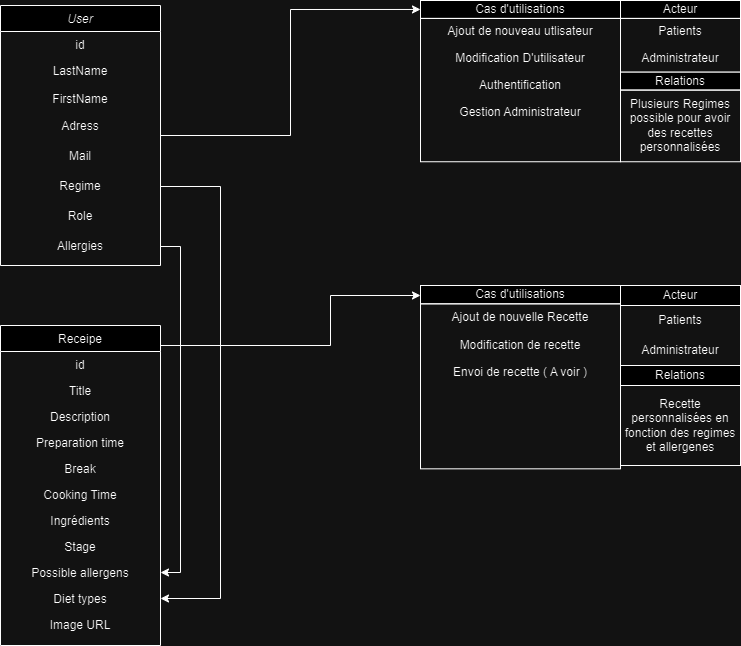
Above: Diagramme.drawio.png in RaptorZ501/ECF-Entrainement (draw.io), before the change. Source tidied: cells renumbered, new cells last; positions are measured from the earlier drawing's top-left corner, leaving out a move shared by most shapes.
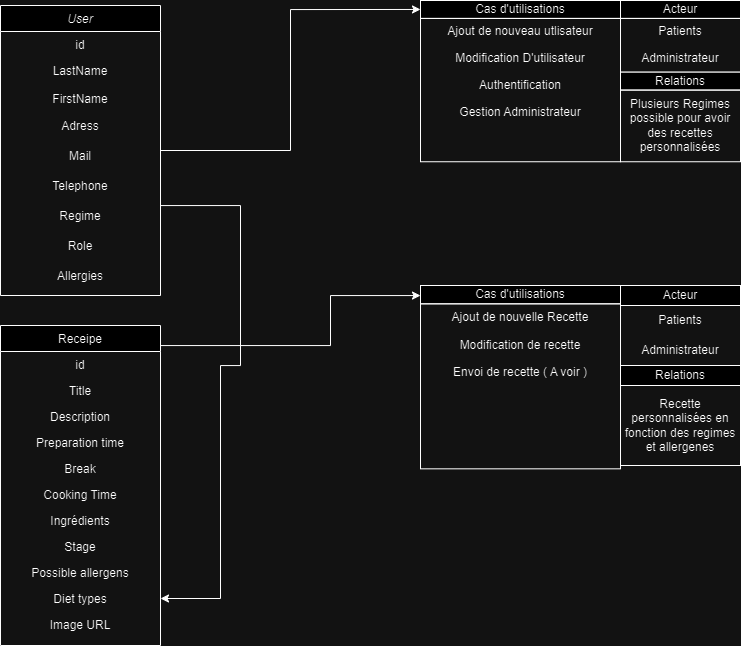
The same file after the commit.

Diff of the diagram source:
```diff
@@ -6,7 +6,7 @@
       <mxGeometry relative="1" as="geometry" />
     </mxCell>
     <mxCell id="3" value="User" style="swimlane;fontStyle=2;align=center;verticalAlign=top;horizontal=1;startSize=26;rounded=0;shadow=0;strokeWidth=1;" parent="1" vertex="1">
-      <mxGeometry y="5" width="160" height="260" as="geometry" />
+      <mxGeometry y="5" width="160" height="290" as="geometry" />
     </mxCell>
     <mxCell id="4" value="id&#10;" style="text;align=center;verticalAlign=top;spacingLeft=4;spacingRight=4;overflow=hidden;" parent="3" vertex="1">
       <mxGeometry y="26" width="160" height="26" as="geometry" />
@@ -23,15 +23,18 @@
     <mxCell id="8" value="Mail" style="text;html=1;strokeColor=none;fillColor=none;align=center;verticalAlign=middle;whiteSpace=wrap;rounded=0;" parent="3" vertex="1">
       <mxGeometry y="136" width="160" height="30" as="geometry" />
     </mxCell>
+    <mxCell id="11" value="Telephone" style="text;html=1;strokeColor=none;fillColor=none;align=center;verticalAlign=middle;whiteSpace=wrap;rounded=0;" parent="3" vertex="1">
+      <mxGeometry y="166" width="160" height="30" as="geometry" />
+    </mxCell>
     <mxCell id="9" value="Regime" style="text;html=1;strokeColor=none;fillColor=none;align=center;verticalAlign=middle;whiteSpace=wrap;rounded=0;" parent="3" vertex="1">
-      <mxGeometry y="166" width="160" height="30" as="geometry" />
+      <mxGeometry y="196" width="160" height="30" as="geometry" />
     </mxCell>
     <mxCell id="10" value="Role" style="text;html=1;strokeColor=none;fillColor=none;align=center;verticalAlign=middle;whiteSpace=wrap;rounded=0;" parent="3" vertex="1">
-      <mxGeometry y="196" width="160" height="30" as="geometry" />
+      <mxGeometry y="226" width="160" height="30" as="geometry" />
     </mxCell>
-    <mxCell id="11" value="Allergies" style="text;html=1;strokeColor=none;fillColor=none;align=center;verticalAlign=middle;whiteSpace=wrap;rounded=0;" parent="3" vertex="1">
-      <mxGeometry y="226" width="160" height="30" as="geometry" />
-    </mxCell>
+    <mxCell id="57" value="Allergies" style="text;html=1;strokeColor=none;fillColor=none;align=center;verticalAlign=middle;whiteSpace=wrap;rounded=0;" parent="3" vertex="1">
+      <mxGeometry y="256" width="160" height="30" as="geometry" />
+    </mxCell>
     <mxCell id="12" style="edgeStyle=orthogonalEdgeStyle;rounded=0;jettySize=auto;html=1;" parent="1" edge="1" source="13" target="52">
       <mxGeometry relative="1" as="geometry">
         <Array as="points">
@@ -76,10 +79,13 @@
     <mxCell id="24" value="Image URL" style="text;align=center;verticalAlign=top;spacingLeft=4;spacingRight=4;overflow=hidden;" parent="13" vertex="1">
       <mxGeometry y="286" width="160" height="26" as="geometry" />
     </mxCell>
-    <mxCell id="25" style="edgeStyle=orthogonalEdgeStyle;rounded=0;jettySize=auto;html=1;" parent="1" edge="1" source="9" target="23">
+    <mxCell id="25" style="edgeStyle=orthogonalEdgeStyle;rounded=0;jettySize=auto;html=1;entryX=1;entryY=0.5;entryDx=0;entryDy=0;" parent="1" edge="1" source="9">
       <mxGeometry relative="1" as="geometry">
+        <mxPoint x="160" y="598" as="targetPoint" />
         <Array as="points">
-          <mxPoint x="220" y="186" />
+          <mxPoint x="240" y="205" />
+          <mxPoint x="240" y="365" />
+          <mxPoint x="220" y="365" />
           <mxPoint x="220" y="598" />
         </Array>
       </mxGeometry>
@@ -132,14 +138,6 @@
     <mxCell id="41" style="edgeStyle=orthogonalEdgeStyle;rounded=0;orthogonalLoop=1;jettySize=auto;html=1;exitX=0.5;exitY=1;exitDx=0;exitDy=0;" parent="38" edge="1" source="40" target="40">
       <mxGeometry relative="1" as="geometry" />
     </mxCell>
-    <mxCell id="42" style="edgeStyle=orthogonalEdgeStyle;rounded=0;jettySize=auto;html=1;" parent="1" edge="1" source="11" target="22">
-      <mxGeometry relative="1" as="geometry">
-        <Array as="points">
-          <mxPoint x="180" y="246" />
-          <mxPoint x="180" y="572" />
-        </Array>
-      </mxGeometry>
-    </mxCell>
     <mxCell id="43" value="Acteur" style="rounded=0;whiteSpace=wrap;html=1;" parent="1" vertex="1">
       <mxGeometry x="620" y="285" width="120" height="20" as="geometry" />
     </mxCell>
```
